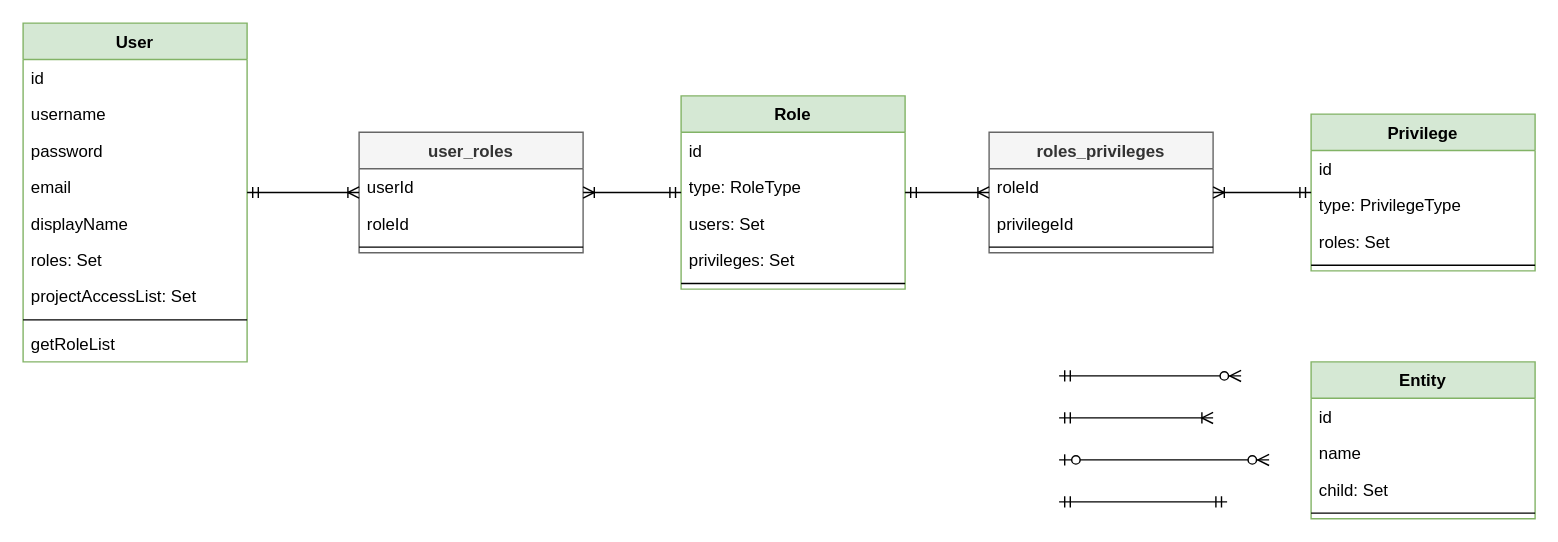
Earlier version of the draw.io diagram docs/3 infrastructure/database model.drawio (BudacuVlad/music-store). Source tidied: cells renumbered, new cells numbered last; positions are measured from the earlier drawing's top-left corner, leaving out a move shared by most shapes. Both pictures are drawn from the tidied source at 140%, with x=0, y=0 at pixel (22, 22).
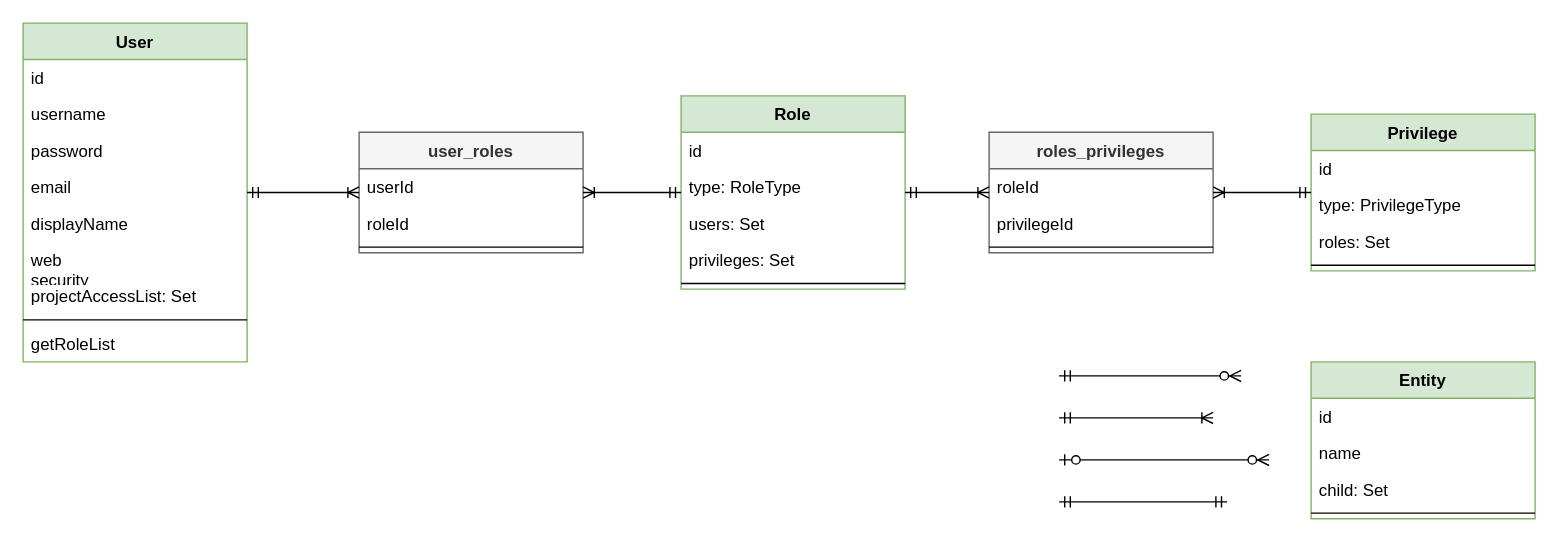
After the change.

The change refers to these unchanged cells:
```xml
<mxCell id="2" value="User" style="swimlane;fontStyle=1;align=center;verticalAlign=top;horizontal=1;startSize=26;fillColor=#d5e8d4;strokeColor=#82b366;" parent="1" vertex="1">
  <mxGeometry width="160" height="242" as="geometry" />
</mxCell>
```

Change to the diagram source:
```diff
@@
-    <mxCell id="8" value="roles: Set" style="text;strokeColor=none;fillColor=none;align=left;verticalAlign=top;spacingLeft=4;spacingRight=4;overflow=hidden;" parent="2" vertex="1">
+    <mxCell id="8" value="web&#10;security" style="text;strokeColor=none;fillColor=none;align=left;verticalAlign=top;spacingLeft=4;spacingRight=4;overflow=hidden;" parent="2" vertex="1">
       <mxGeometry y="156" width="160" height="26" as="geometry" />
     </mxCell>
```
